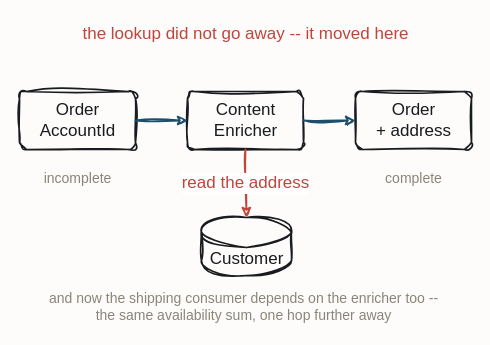
The draw.io diagram resources/eip-content-enricher.drawio in iancooper/practical-messaging, before the edit. Source tidied: cells renumbered, new cells numbered last; positions are measured from the earlier drawing's top-left corner, leaving out a move shared by most shapes. Both pictures are drawn from the tidied source at 100%, with x=0, y=0 at pixel (17, 17).
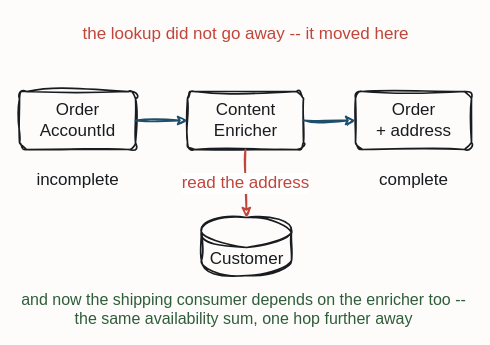
Above is the later version.

What changed in the source:
```diff
@@
 <mxGraphModel background="#FDFCFA">
   <root>
     <mxCell id="0" />
     <mxCell id="1" parent="0" />
     <mxCell id="2" value="Order&#10;AccountId" style="sketch=1;hachureGap=4;jiggle=2;curveFitting=1;fontFamily=Caveat;html=1;rounded=1;arcSize=12;strokeColor=#181B1F;strokeWidth=1.7;fillColor=none;fontColor=#181B1F;fontSize=17;" parent="1" vertex="1">
       <mxGeometry x="2" y="74" width="116" height="58" as="geometry" />
     </mxCell>
     <mxCell id="3" value="Content&#10;Enricher" style="sketch=1;hachureGap=4;jiggle=2;curveFitting=1;fontFamily=Caveat;html=1;rounded=1;arcSize=12;strokeColor=#181B1F;strokeWidth=1.7;fillColor=none;fontColor=#181B1F;fontSize=17;" parent="1" vertex="1">
       <mxGeometry x="170" y="74" width="116" height="58" as="geometry" />
     </mxCell>
     <mxCell id="4" value="Order&#10;+ address" style="sketch=1;hachureGap=4;jiggle=2;curveFitting=1;fontFamily=Caveat;html=1;rounded=1;arcSize=12;strokeColor=#181B1F;strokeWidth=1.7;fillColor=none;fontColor=#181B1F;fontSize=17;" parent="1" vertex="1">
       <mxGeometry x="338" y="74" width="116" height="58" as="geometry" />
     </mxCell>
     <mxCell id="5" value="Customer" style="sketch=1;hachureGap=4;jiggle=2;curveFitting=1;fontFamily=Caveat;html=1;shape=cylinder3;boundedLbl=1;backgroundOutline=1;strokeColor=#181B1F;strokeWidth=1.7;fillColor=none;fontColor=#181B1F;fontSize=17;" parent="1" vertex="1">
       <mxGeometry x="184" y="200" width="90" height="58" as="geometry" />
     </mxCell>
     <mxCell id="6" value="the lookup did not go away -- it moved here" style="text;html=1;align=center;fontFamily=Caveat;fontSize=17;fontColor=#C0453B;" parent="1" vertex="1">
       <mxGeometry x="168" width="120" height="20" as="geometry" />
     </mxCell>
-    <mxCell id="7" value="incomplete" style="text;html=1;align=center;fontFamily=Caveat;fontSize=14;fontColor=#8A8578;" parent="1" vertex="1">
+    <mxCell id="7" value="incomplete" style="text;html=1;align=center;fontFamily=Caveat;fontSize=17;fontColor=#181B1F;" parent="1" vertex="1">
       <mxGeometry y="146" width="120" height="20" as="geometry" />
     </mxCell>
-    <mxCell id="8" value="complete" style="text;html=1;align=center;fontFamily=Caveat;fontSize=14;fontColor=#8A8578;" parent="1" vertex="1">
+    <mxCell id="8" value="complete" style="text;html=1;align=center;fontFamily=Caveat;fontSize=17;fontColor=#181B1F;" parent="1" vertex="1">
       <mxGeometry x="336" y="146" width="120" height="20" as="geometry" />
     </mxCell>
-    <mxCell id="9" value="and now the shipping consumer depends on the enricher too --&#10;the same availability sum, one hop further away" style="text;html=1;align=center;fontFamily=Caveat;fontSize=14;fontColor=#8A8578;" parent="1" vertex="1">
+    <mxCell id="9" value="and now the shipping consumer depends on the enricher too --&#10;the same availability sum, one hop further away" style="text;html=1;align=center;fontFamily=Caveat;fontSize=16;fontColor=#2F5D3A;" parent="1" vertex="1">
       <mxGeometry x="166" y="266" width="120" height="20" as="geometry" />
     </mxCell>
     <mxCell id="10" style="sketch=1;jiggle=2;curveFitting=1;edgeStyle=none;rounded=0;strokeColor=#1D4E6B;strokeWidth=1.8;fontFamily=Caveat;fontSize=17;fontColor=#1D4E6B;html=1;exitX=1.0;exitY=0.5;exitDx=0;exitDy=0;entryX=0.0;entryY=0.5;entryDx=0;entryDy=0;" parent="1" edge="1" source="2" target="3">
       <mxGeometry relative="1" as="geometry" />
     </mxCell>
     <mxCell id="11" style="sketch=1;jiggle=2;curveFitting=1;edgeStyle=none;rounded=0;strokeColor=#1D4E6B;strokeWidth=1.8;fontFamily=Caveat;fontSize=17;fontColor=#1D4E6B;html=1;exitX=1.0;exitY=0.5;exitDx=0;exitDy=0;entryX=0.0;entryY=0.5;entryDx=0;entryDy=0;" parent="1" edge="1" source="3" target="4">
       <mxGeometry relative="1" as="geometry" />
     </mxCell>
     <mxCell id="12" value="read the address" style="sketch=1;jiggle=2;curveFitting=1;edgeStyle=none;rounded=0;strokeColor=#C0453B;strokeWidth=1.8;fontFamily=Caveat;fontSize=17;fontColor=#C0453B;html=1;exitX=0.5;exitY=1.0;exitDx=0;exitDy=0;entryX=0.5;entryY=0.0;entryDx=0;entryDy=0;" parent="1" edge="1" source="3" target="5">
       <mxGeometry relative="1" as="geometry" />
     </mxCell>
   </root>
 </mxGraphModel>
```
